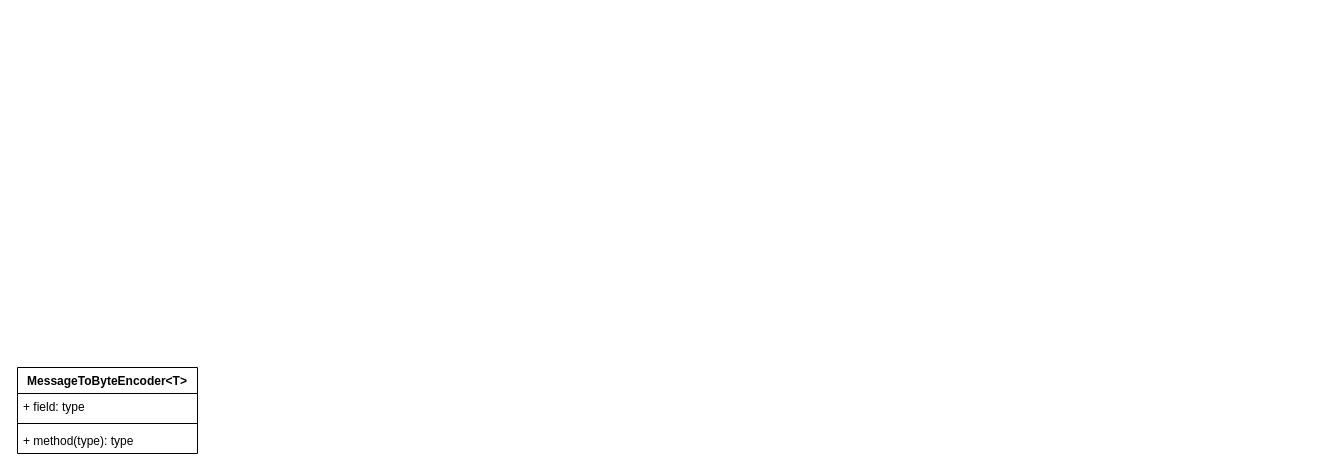
Earlier version of the draw.io diagram page "handler" (6 of 11) of Netty.drawio (tadsimons/draw). Source tidied: cells renumbered, new cells numbered last; positions are measured from the earlier drawing's top-left corner, leaving out a move shared by most shapes. Both pictures are drawn from the tidied source at 100%, with x=0, y=0 at pixel (17, 367).
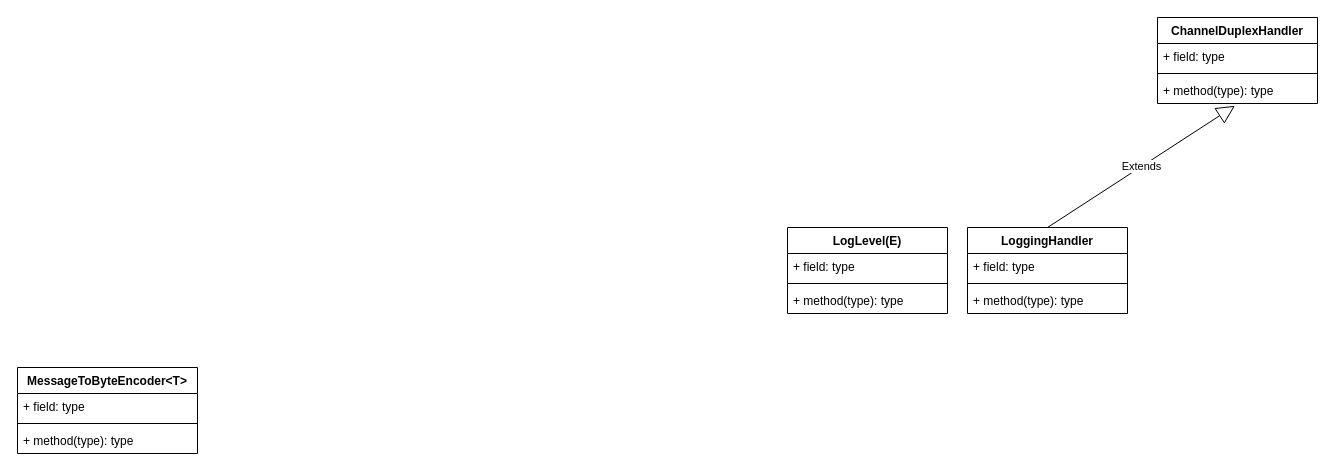
After the change.

What changed in the source:
```diff
@@
 <mxGraphModel>
   <root>
     <mxCell id="0" />
     <mxCell id="1" parent="0" />
     <mxCell id="2" value="MessageToByteEncoder&lt;T&gt;" style="swimlane;fontStyle=1;align=center;verticalAlign=top;horizontal=1;startSize=26;fillColor=#FFFFFF;" parent="1" vertex="1">
       <mxGeometry width="180" height="86" as="geometry" />
     </mxCell>
     <mxCell id="3" value="+ field: type" style="text;strokeColor=none;fillColor=none;align=left;verticalAlign=top;spacingLeft=4;spacingRight=4;overflow=hidden;" parent="2" vertex="1">
       <mxGeometry y="26" width="180" height="26" as="geometry" />
     </mxCell>
     <mxCell id="4" style="line;strokeWidth=1;fillColor=none;align=left;verticalAlign=middle;spacingTop=-1;spacingLeft=3;spacingRight=3;labelPosition=right;" parent="2" vertex="1">
       <mxGeometry y="52" width="180" height="8" as="geometry" />
     </mxCell>
     <mxCell id="5" value="+ method(type): type" style="text;strokeColor=none;fillColor=none;align=left;verticalAlign=top;spacingLeft=4;spacingRight=4;overflow=hidden;" parent="2" vertex="1">
       <mxGeometry y="60" width="180" height="26" as="geometry" />
     </mxCell>
+    <mxCell id="6" value="ChannelDuplexHandler" style="swimlane;fontStyle=1;align=center;verticalAlign=top;horizontal=1;startSize=26;fillColor=#FFFFFF;" parent="1" vertex="1">
+      <mxGeometry x="1140" y="-350" width="160" height="86" as="geometry" />
+    </mxCell>
+    <mxCell id="7" value="+ field: type" style="text;strokeColor=none;fillColor=none;align=left;verticalAlign=top;spacingLeft=4;spacingRight=4;overflow=hidden;" parent="6" vertex="1">
+      <mxGeometry y="26" width="160" height="26" as="geometry" />
+    </mxCell>
+    <mxCell id="8" style="line;strokeWidth=1;fillColor=none;align=left;verticalAlign=middle;spacingTop=-1;spacingLeft=3;spacingRight=3;labelPosition=right;" parent="6" vertex="1">
+      <mxGeometry y="52" width="160" height="8" as="geometry" />
+    </mxCell>
+    <mxCell id="9" value="+ method(type): type" style="text;strokeColor=none;fillColor=none;align=left;verticalAlign=top;spacingLeft=4;spacingRight=4;overflow=hidden;points=[[0,0.5],[1,0.5]];portConstraint=eastwest;" parent="6" vertex="1">
+      <mxGeometry y="60" width="160" height="26" as="geometry" />
+    </mxCell>
+    <mxCell id="10" value="LoggingHandler" style="swimlane;fontStyle=1;align=center;verticalAlign=top;horizontal=1;startSize=26;fillColor=#FFFFFF;" parent="1" vertex="1">
+      <mxGeometry x="950" y="-140" width="160" height="86" as="geometry" />
+    </mxCell>
+    <mxCell id="11" value="Extends" style="endArrow=block;endSize=16;endFill=0;html=1;entryX=0.484;entryY=1.088;entryDx=0;entryDy=0;entryPerimeter=0;" parent="10" edge="1" target="9">
+      <mxGeometry relative="1" as="geometry">
+        <mxPoint x="80" as="sourcePoint" />
+      </mxGeometry>
+    </mxCell>
+    <mxCell id="12" value="+ field: type" style="text;strokeColor=none;fillColor=none;align=left;verticalAlign=top;spacingLeft=4;spacingRight=4;overflow=hidden;" parent="10" vertex="1">
+      <mxGeometry y="26" width="160" height="26" as="geometry" />
+    </mxCell>
+    <mxCell id="13" style="line;strokeWidth=1;fillColor=none;align=left;verticalAlign=middle;spacingTop=-1;spacingLeft=3;spacingRight=3;labelPosition=right;" parent="10" vertex="1">
+      <mxGeometry y="52" width="160" height="8" as="geometry" />
+    </mxCell>
+    <mxCell id="14" value="+ method(type): type" style="text;strokeColor=none;fillColor=none;align=left;verticalAlign=top;spacingLeft=4;spacingRight=4;overflow=hidden;" parent="10" vertex="1">
+      <mxGeometry y="60" width="160" height="26" as="geometry" />
+    </mxCell>
+    <mxCell id="15" value="LogLevel(E)" style="swimlane;fontStyle=1;align=center;verticalAlign=top;horizontal=1;startSize=26;fillColor=#FFFFFF;" parent="1" vertex="1">
+      <mxGeometry x="770" y="-140" width="160" height="86" as="geometry" />
+    </mxCell>
+    <mxCell id="16" value="+ field: type" style="text;strokeColor=none;fillColor=none;align=left;verticalAlign=top;spacingLeft=4;spacingRight=4;overflow=hidden;" parent="15" vertex="1">
+      <mxGeometry y="26" width="160" height="26" as="geometry" />
+    </mxCell>
+    <mxCell id="17" style="line;strokeWidth=1;fillColor=none;align=left;verticalAlign=middle;spacingTop=-1;spacingLeft=3;spacingRight=3;labelPosition=right;" parent="15" vertex="1">
+      <mxGeometry y="52" width="160" height="8" as="geometry" />
+    </mxCell>
+    <mxCell id="18" value="+ method(type): type" style="text;strokeColor=none;fillColor=none;align=left;verticalAlign=top;spacingLeft=4;spacingRight=4;overflow=hidden;" parent="15" vertex="1">
+      <mxGeometry y="60" width="160" height="26" as="geometry" />
+    </mxCell>
   </root>
 </mxGraphModel>
```
